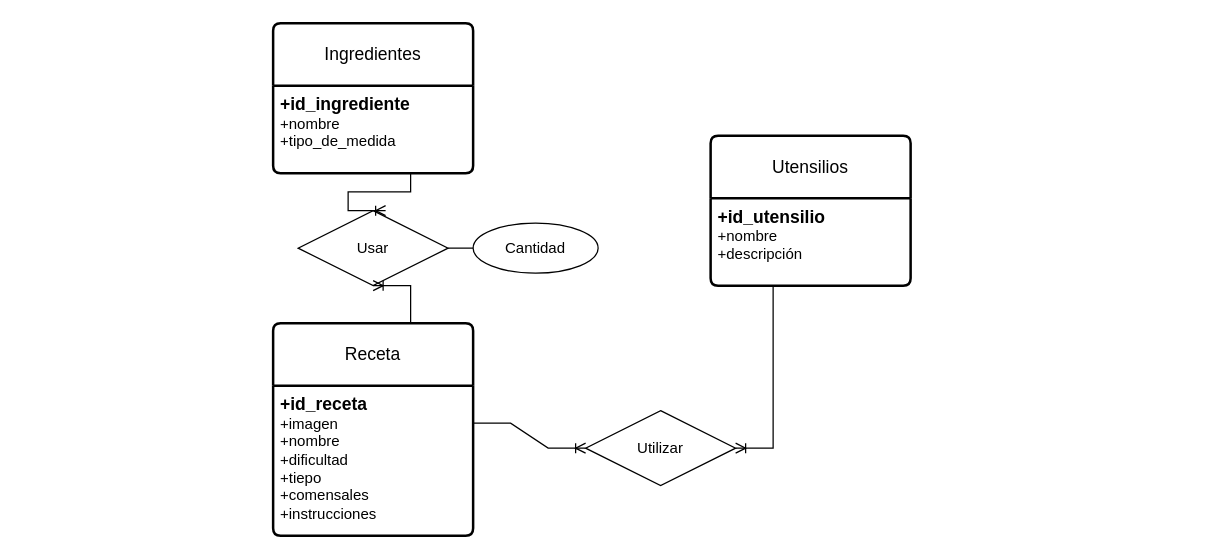
The draw.io diagram ejercicio9.drawio in AsierGArranz/aga-sru-sa-t-UD12DiagramaER-11102023, before the edit. Source tidied: cells renumbered, new cells numbered last; positions are measured from the earlier drawing's top-left corner, leaving out a move shared by most shapes. Both pictures are drawn from the tidied source at 125%, with x=0, y=0 at pixel (-2, 22).
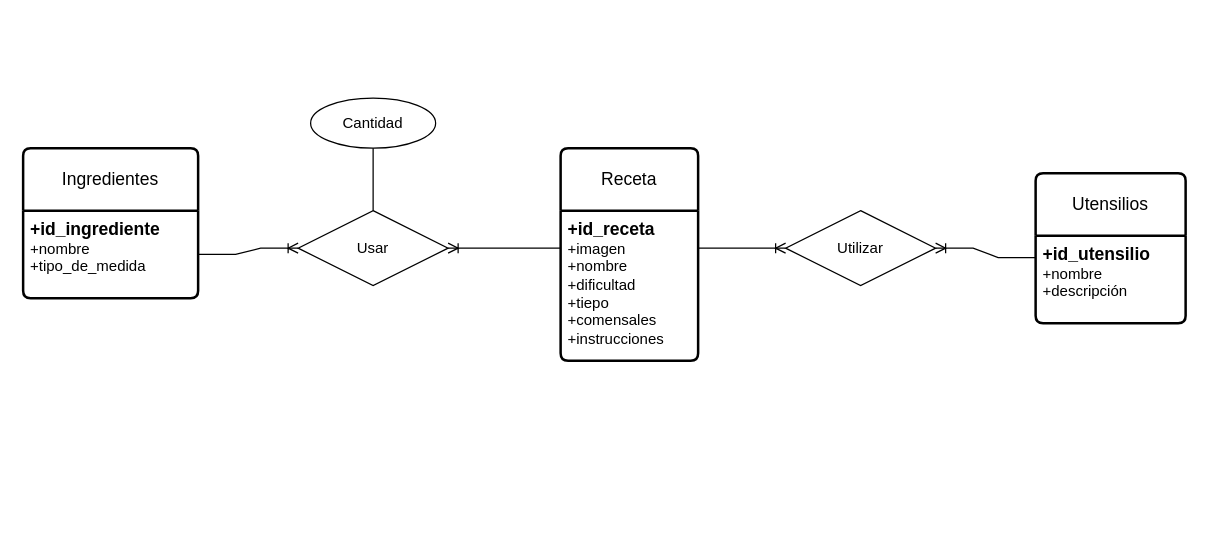
The same page after the edit.

Unchanged cells that the change refers to:
```xml
<mxCell id="6" value="Usar" style="shape=rhombus;perimeter=rhombusPerimeter;whiteSpace=wrap;html=1;align=center;" parent="1" vertex="1">
  <mxGeometry x="240" y="150" width="120" height="60" as="geometry" />
</mxCell>
```

What changed in the source:
```diff
@@
     <mxCell id="2" value="Receta" style="swimlane;horizontal=1;startSize=50;rounded=1;fontSize=14;fontStyle=0;strokeWidth=2;shadow=0;dashed=0;align=center;arcSize=4;whiteSpace=wrap;html=1;" parent="1" vertex="1">
-      <mxGeometry x="220" y="240" width="160" height="170" as="geometry" />
+      <mxGeometry x="450" y="100" width="110" height="170" as="geometry" />
     </mxCell>
     <mxCell id="3" value="&lt;font style=&quot;font-size: 14px;&quot;&gt;&lt;b&gt;+id_receta&lt;/b&gt;&lt;/font&gt;&lt;br&gt;+imagen&lt;br&gt;+nombre&lt;br&gt;+dificultad&lt;br&gt;+tiepo&lt;br&gt;+comensales&lt;br&gt;+instrucciones" style="align=left;strokeColor=none;fillColor=none;spacingLeft=4;fontSize=12;verticalAlign=top;html=1;" parent="2" vertex="1">
-      <mxGeometry y="50" width="160" height="120" as="geometry" />
+      <mxGeometry y="50" width="110" height="120" as="geometry" />
     </mxCell>
     <mxCell id="4" value="Ingredientes" style="swimlane;horizontal=1;startSize=50;rounded=1;fontSize=14;fontStyle=0;strokeWidth=2;shadow=0;dashed=0;align=center;arcSize=4;whiteSpace=wrap;html=1;" parent="1" vertex="1">
-      <mxGeometry x="220" width="160" height="120" as="geometry" />
+      <mxGeometry x="20" y="100" width="140" height="120" as="geometry" />
     </mxCell>
     <mxCell id="5" value="&lt;font style=&quot;font-size: 14px;&quot;&gt;&lt;b&gt;+id_ingrediente&lt;/b&gt;&lt;/font&gt;&lt;br&gt;+nombre&lt;br&gt;+tipo_de_medida&lt;br&gt;" style="align=left;strokeColor=none;fillColor=none;spacingLeft=4;fontSize=12;verticalAlign=top;html=1;" parent="4" vertex="1">
-      <mxGeometry y="50" width="160" height="70" as="geometry" />
+      <mxGeometry y="50" width="140" height="70" as="geometry" />
     </mxCell>
@@
     <mxCell id="7" value="Cantidad" style="ellipse;whiteSpace=wrap;html=1;align=center;" parent="1" vertex="1">
-      <mxGeometry x="380" y="160" width="100" height="40" as="geometry" />
+      <mxGeometry x="250" y="60" width="100" height="40" as="geometry" />
     </mxCell>
-    <mxCell id="8" style="endArrow=none;html=1;rounded=0;exitX=1;exitY=0.5;exitDx=0;exitDy=0;entryX=0;entryY=0.5;entryDx=0;entryDy=0;" parent="1" edge="1" source="6" target="7">
+    <mxCell id="8" style="endArrow=none;html=1;rounded=0;exitX=0.5;exitY=0;exitDx=0;exitDy=0;entryX=0.5;entryY=1;entryDx=0;entryDy=0;" parent="1" edge="1" source="6" target="7">
       <mxGeometry relative="1" as="geometry" />
     </mxCell>
-    <mxCell id="9" style="edgeStyle=entityRelationEdgeStyle;fontSize=12;html=1;endArrow=ERoneToMany;rounded=0;exitX=0.5;exitY=0;exitDx=0;exitDy=0;entryX=0.5;entryY=1;entryDx=0;entryDy=0;" parent="1" edge="1" source="2" target="6">
+    <mxCell id="9" style="edgeStyle=entityRelationEdgeStyle;fontSize=12;html=1;endArrow=ERoneToMany;rounded=0;exitX=0;exitY=0.25;exitDx=0;exitDy=0;entryX=1;entryY=0.5;entryDx=0;entryDy=0;" parent="1" edge="1" source="3" target="6">
       <mxGeometry relative="1" as="geometry">
         <Array as="points">
           <mxPoint x="180" y="170" />
           <mxPoint x="190" y="220" />
           <mxPoint x="140" y="200" />
         </Array>
       </mxGeometry>
     </mxCell>
-    <mxCell id="10" style="edgeStyle=entityRelationEdgeStyle;fontSize=12;html=1;endArrow=ERoneToMany;rounded=0;exitX=0.5;exitY=1;exitDx=0;exitDy=0;" parent="1" edge="1" source="5">
+    <mxCell id="10" style="edgeStyle=entityRelationEdgeStyle;fontSize=12;html=1;endArrow=ERoneToMany;rounded=0;exitX=1;exitY=0.5;exitDx=0;exitDy=0;entryX=0;entryY=0.5;entryDx=0;entryDy=0;" parent="1" edge="1" source="5" target="6">
       <mxGeometry relative="1" as="geometry">
-        <mxPoint x="310" y="150" as="targetPoint" />
         <Array as="points">
           <mxPoint x="40" y="100" />
           <mxPoint x="80" y="120" />
           <mxPoint x="50" y="150" />
           <mxPoint y="130" />
         </Array>
       </mxGeometry>
     </mxCell>
     <mxCell id="11" value="Utensilios" style="swimlane;horizontal=1;startSize=50;rounded=1;fontSize=14;fontStyle=0;strokeWidth=2;shadow=0;dashed=0;align=center;arcSize=4;whiteSpace=wrap;html=1;" parent="1" vertex="1">
-      <mxGeometry x="570" y="90" width="160" height="120" as="geometry" />
+      <mxGeometry x="830" y="120" width="120" height="120" as="geometry" />
     </mxCell>
     <mxCell id="12" value="&lt;font style=&quot;font-size: 14px;&quot;&gt;&lt;b&gt;+id_utensilio&lt;/b&gt;&lt;/font&gt;&lt;br&gt;+nombre&lt;br&gt;+descripción" style="align=left;strokeColor=none;fillColor=none;spacingLeft=4;fontSize=12;verticalAlign=top;html=1;" parent="11" vertex="1">
-      <mxGeometry y="50" width="160" height="70" as="geometry" />
+      <mxGeometry y="50" width="120" height="70" as="geometry" />
     </mxCell>
     <mxCell id="13" value="Utilizar" style="shape=rhombus;perimeter=rhombusPerimeter;whiteSpace=wrap;html=1;align=center;" parent="1" vertex="1">
-      <mxGeometry x="470" y="310" width="120" height="60" as="geometry" />
+      <mxGeometry x="630" y="150" width="120" height="60" as="geometry" />
     </mxCell>
-    <mxCell id="14" style="edgeStyle=entityRelationEdgeStyle;fontSize=12;html=1;endArrow=ERoneToMany;rounded=0;exitX=0.5;exitY=1;exitDx=0;exitDy=0;entryX=1;entryY=0.5;entryDx=0;entryDy=0;" parent="1" edge="1" source="12" target="13">
+    <mxCell id="14" style="edgeStyle=entityRelationEdgeStyle;fontSize=12;html=1;endArrow=ERoneToMany;rounded=0;exitX=0;exitY=0.25;exitDx=0;exitDy=0;entryX=1;entryY=0.5;entryDx=0;entryDy=0;" parent="1" edge="1" source="12" target="13">
       <mxGeometry relative="1" as="geometry">
         <Array as="points">
           <mxPoint x="320" y="300" />
           <mxPoint x="330" y="350" />
           <mxPoint x="280" y="330" />
         </Array>
       </mxGeometry>
     </mxCell>
```
